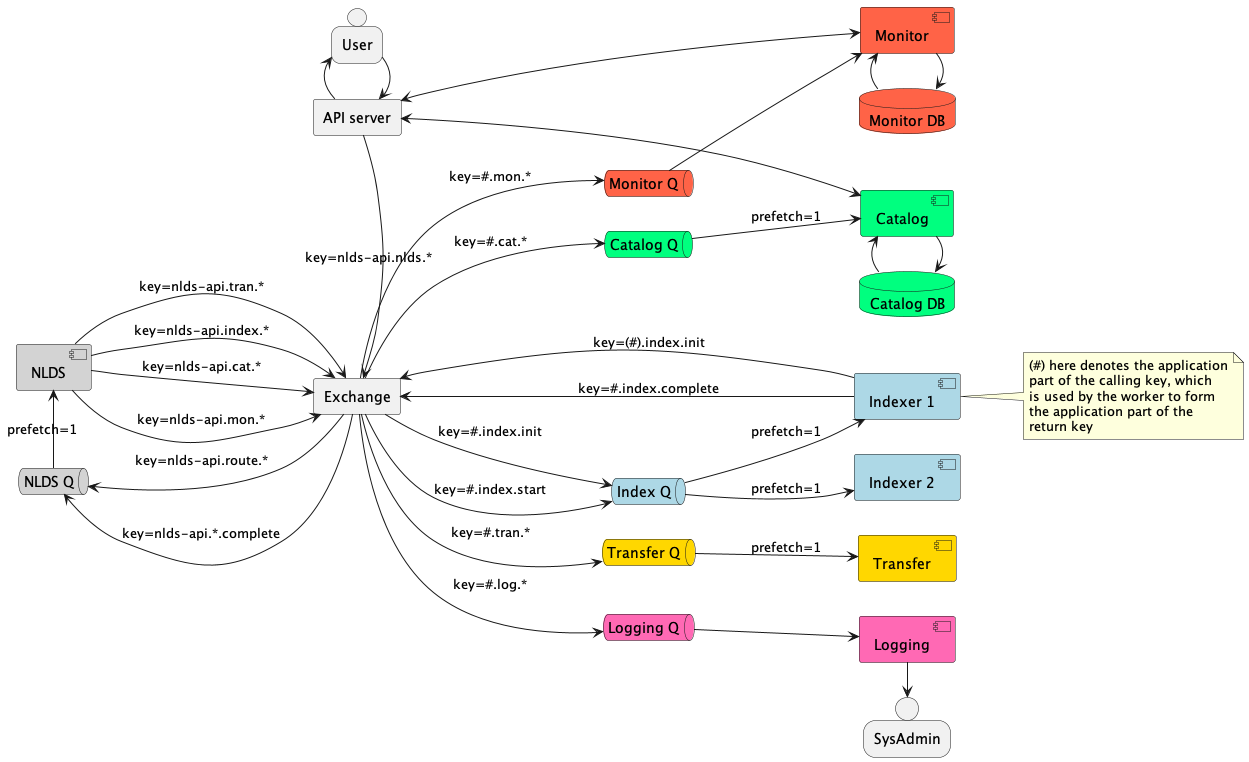
cedadev/nlds keeps this PlantUML diagram as docs/spec/uml/queue_structure.png. Above is the earlier version.
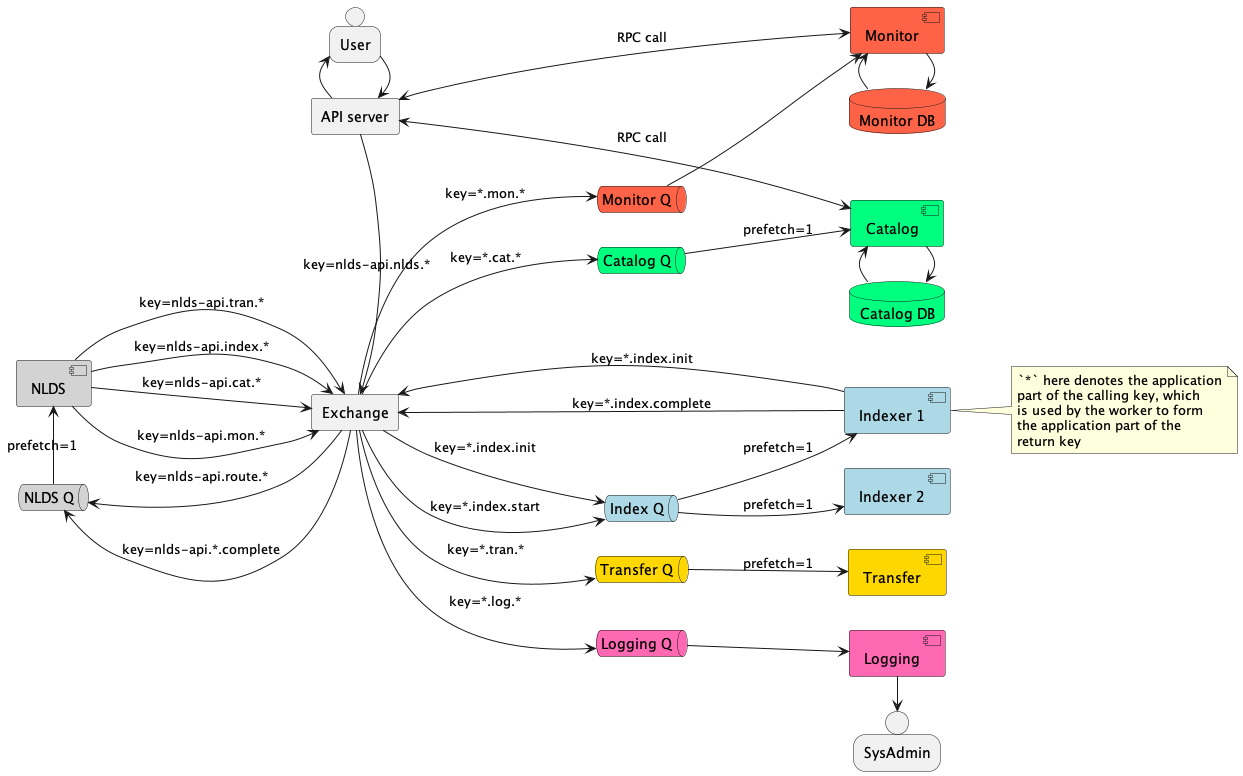
Later version of the same file.

What changed in the source:
```diff
@@ -27,10 +27,10 @@
     queue cq as "Catalog Q" #springgreen
 }
 
-pex --> sq : key=#.index.init
-pex --> sq : key=#.index.start
-pex --> tq : key=#.tran.*
-pex --> cq : key=#.cat.*
+pex --> sq : key=*.index.init
+pex --> sq : key=*.index.start
+pex --> tq : key=*.tran.*
+pex --> cq : key=*.cat.*
 
 work --> pex : key=nlds-api.index.*
 work --> pex : key=nlds-api.tran.*
@@ -39,8 +39,8 @@
 
 queue lq as "Logging Q" #hotpink
 
-pex --> mq : key=#.mon.*
-pex --> lq : key=#.log.*
+pex --> mq : key=*.mon.*
+pex --> lq : key=*.log.*
 
 together {
     component scan1 as "Indexer 1" #lightblue
@@ -64,8 +64,8 @@
 mon1 -> mon_db
 mon_db -> mon1
 
-api_server <-> mon1
-api_server <-> cat1
+api_server <-> mon1 : RPC call
+api_server <-> cat1 : RPC call
 
 together {
     component log1 as "Logging" #hotpink
@@ -84,11 +84,11 @@
 
 sysadmin <- log1
 
-scan1 --> pex : key=#.index.complete
-scan1 --> pex : key=(#).index.init
+scan1 --> pex : key=*.index.complete
+scan1 --> pex : key=*.index.init
 
 note right of scan1
-    (#) here denotes the application
+    `*` here denotes the application
     part of the calling key, which
     is used by the worker to form
     the application part of the
```
